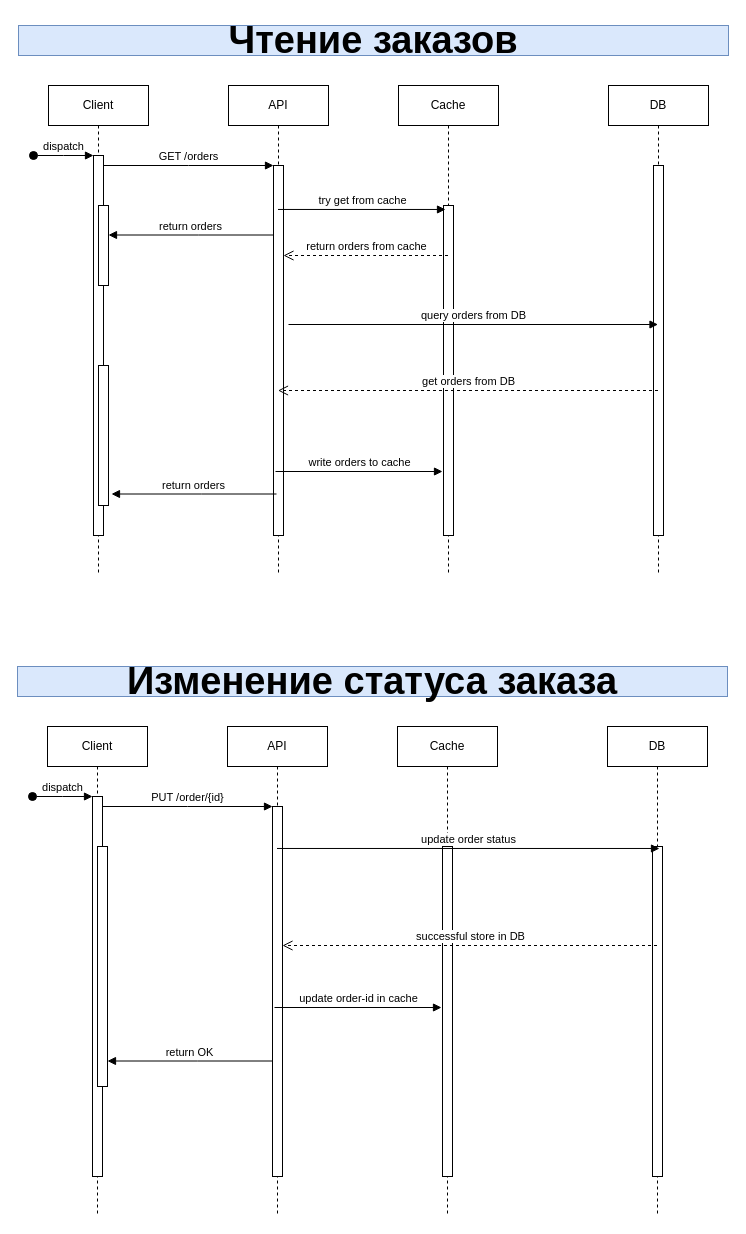
Before: Task5/jewerly_c4_model_sequence.drawio in lexeg/architecture-alexandrite, a draw.io diagram. Source tidied: cells renumbered, new cells numbered last; positions are measured from the earlier drawing's top-left corner, leaving out a move shared by most shapes. Both pictures are drawn from the tidied source at 100%, with x=0, y=0 at pixel (17, 25).
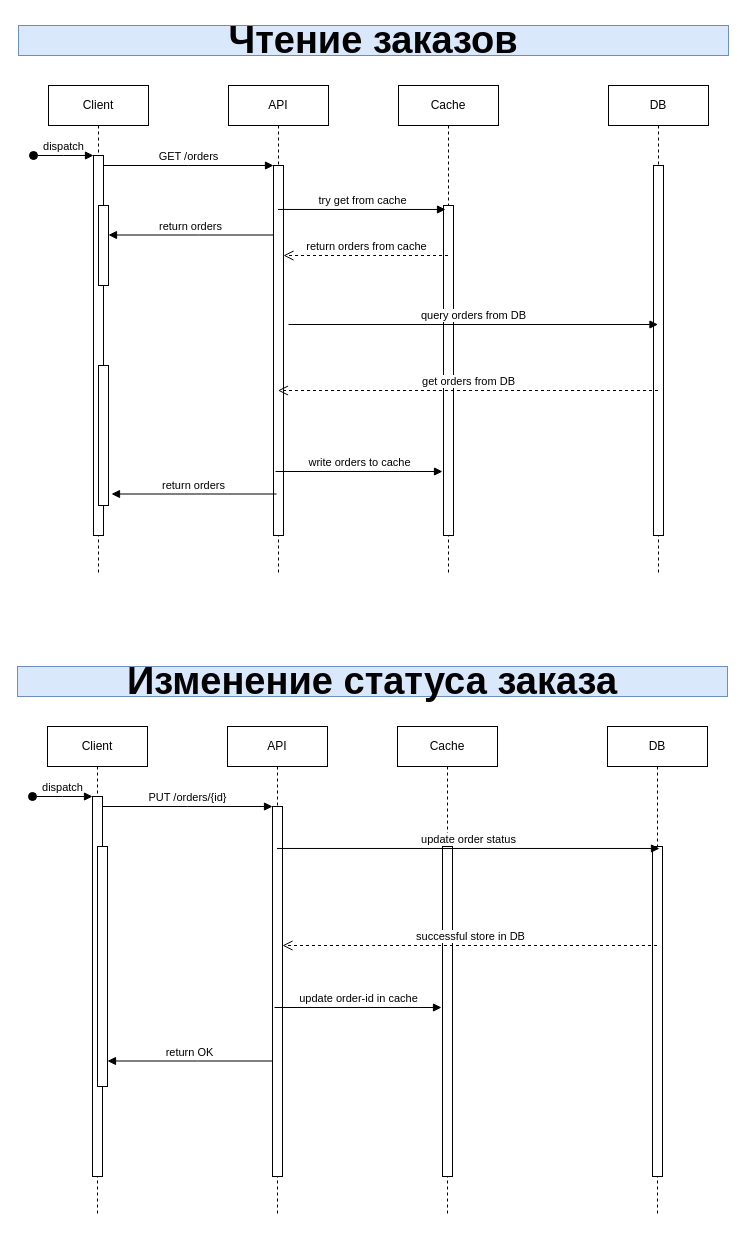
The same diagram, later.

Commit message (it also covers changes not shown here):
Добавил схемы на puml

Unchanged cells that the change refers to:
```xml
<mxCell id="23" style="html=1;points=[];perimeter=orthogonalPerimeter;outlineConnect=0;targetShapes=umlLifeline;portConstraint=eastwest;newEdgeStyle={&quot;edgeStyle&quot;:&quot;elbowEdgeStyle&quot;,&quot;elbow&quot;:&quot;vertical&quot;,&quot;curved&quot;:0,&quot;rounded&quot;:0};" parent="22" vertex="1">
  <mxGeometry x="45" y="70" width="10" height="380" as="geometry" />
</mxCell>
<mxCell id="27" style="html=1;points=[];perimeter=orthogonalPerimeter;outlineConnect=0;targetShapes=umlLifeline;portConstraint=eastwest;newEdgeStyle={&quot;edgeStyle&quot;:&quot;elbowEdgeStyle&quot;,&quot;elbow&quot;:&quot;vertical&quot;,&quot;curved&quot;:0,&quot;rounded&quot;:0};" parent="26" vertex="1">
  <mxGeometry x="45" y="80" width="10" height="370" as="geometry" />
</mxCell>
```

Change to the diagram source:
```diff
@@
-    <mxCell id="28" value="PUT /order/{id}" style="html=1;verticalAlign=bottom;endArrow=block;edgeStyle=elbowEdgeStyle;elbow=vertical;curved=0;rounded=0;" parent="1" edge="1" source="23" target="27">
+    <mxCell id="28" value="PUT /orders/{id}" style="html=1;verticalAlign=bottom;endArrow=block;edgeStyle=elbowEdgeStyle;elbow=vertical;curved=0;rounded=0;" parent="1" edge="1" source="23" target="27">
       <mxGeometry relative="1" as="geometry">
         <Array as="points">
           <mxPoint x="170" y="781" />
         </Array>
       </mxGeometry>
     </mxCell>
```
